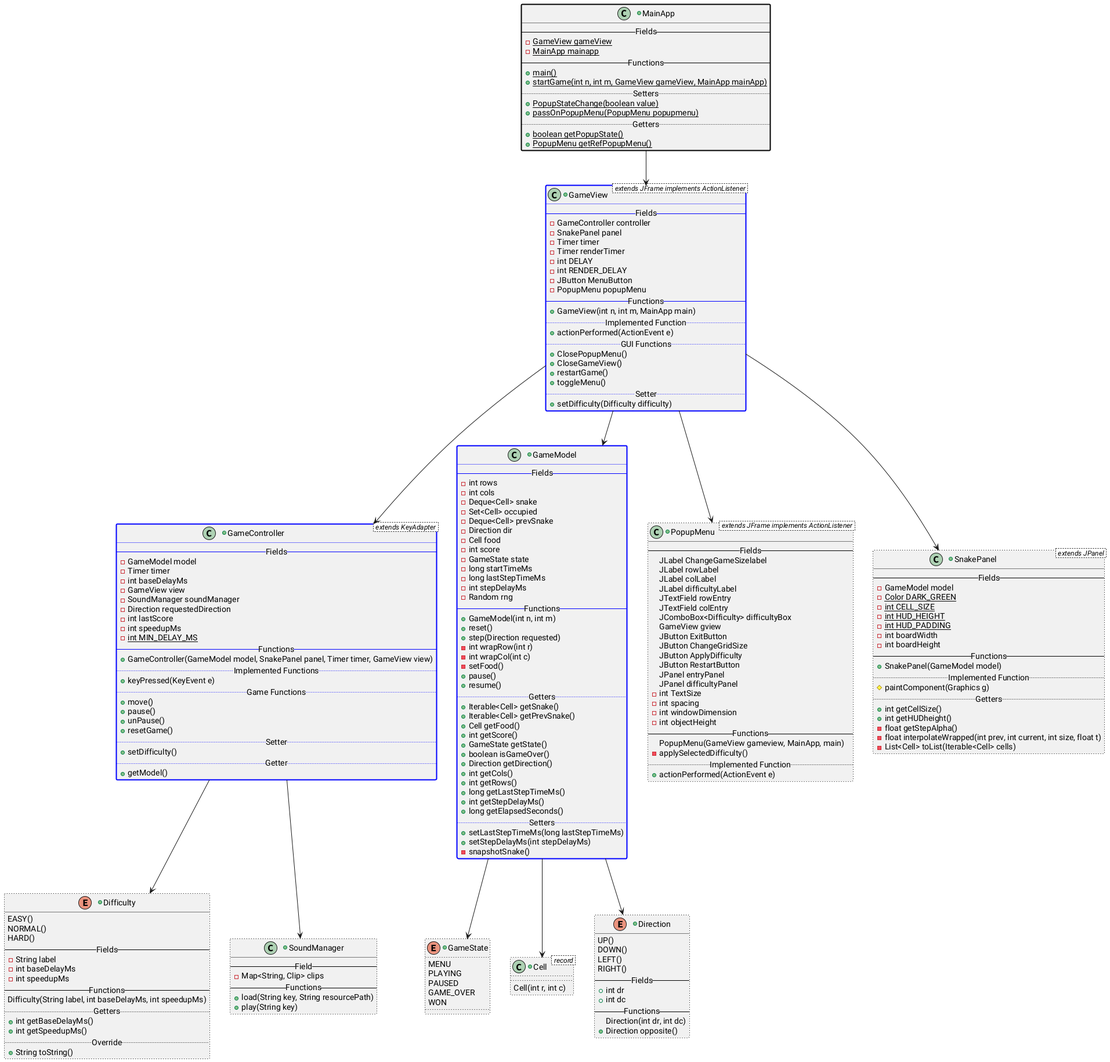
The PlantUML diagram src/main/ClassDiagram/ClassDiagram.png in CamerJunker/Snake, before a commit.
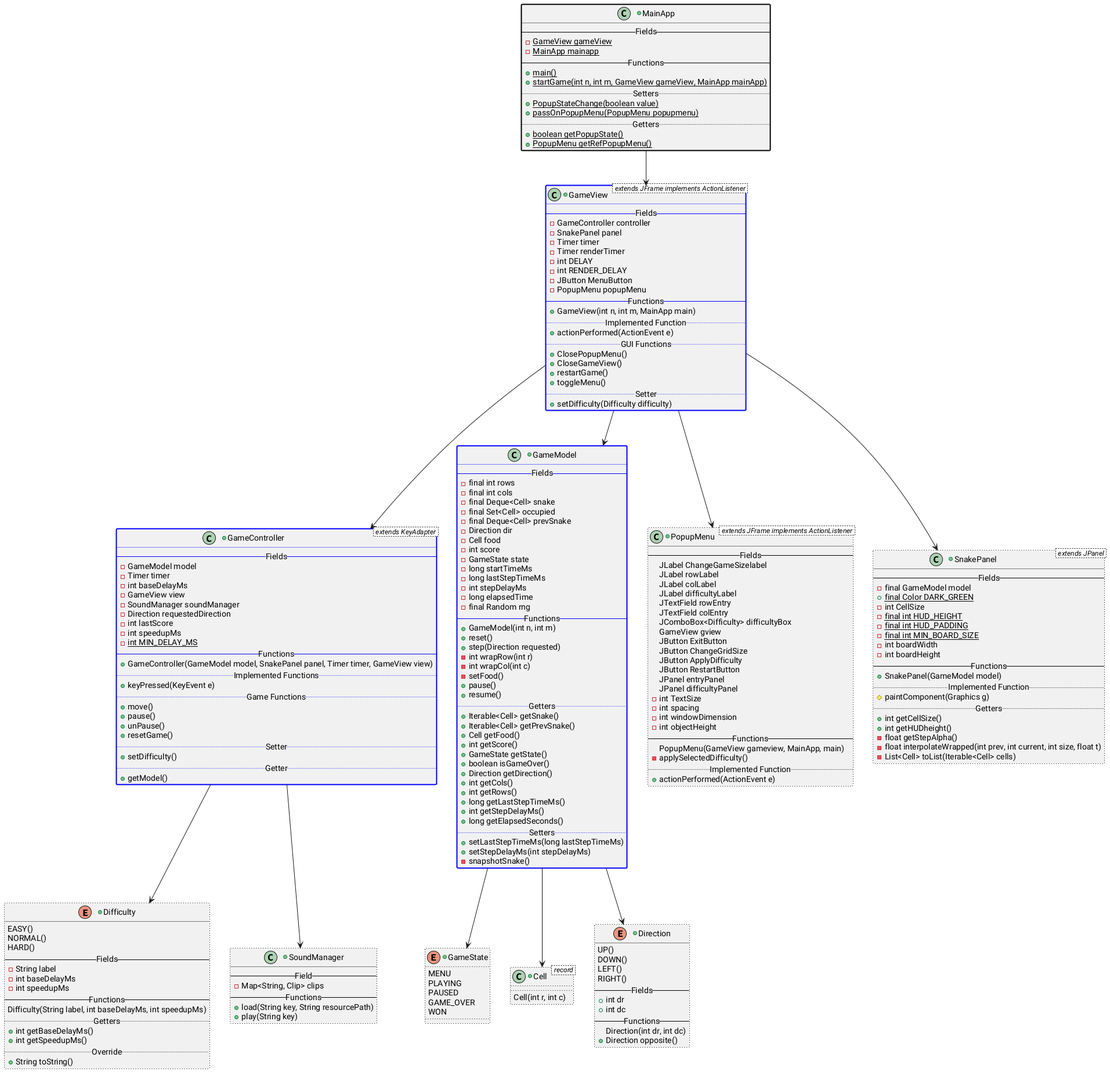
Later version of the same file.

Commit message:
Har ordnet snake og gamemodel diagrammer.

Diff of the diagram source:
```diff
@@ -103,11 +103,12 @@
 
 +class SnakePanel < extends JPanel > ##[dotted]black {
     -- Fields --
-    -GameModel model
-    -{static} Color DARK_GREEN
-    -{static} int CELL_SIZE
-    -{static} int HUD_HEIGHT
-    -{static} int HUD_PADDING
+    -final GameModel model
+    +{static}final Color DARK_GREEN
+    -int CellSize
+    -{static}final int HUD_HEIGHT
+    -{static}final int HUD_PADDING
+    -{static}final int MIN_BOARD_SIZE
     -int boardWidth
     -int boardHeight
     -- Functions --
@@ -124,11 +125,11 @@
 
 +class GameModel ##[bold]blue {
     -- Fields --
-    -int rows
-    -int cols
-    -Deque<Cell> snake
-    -Set<Cell> occupied
-    -Deque<Cell> prevSnake
+    -final int rows
+    -final int cols
+    -final Deque<Cell> snake
+    -final Set<Cell> occupied
+    -final Deque<Cell> prevSnake
     -Direction dir
     -Cell food
     -int score
@@ -136,7 +137,8 @@
     -long startTimeMs
     -long lastStepTimeMs
     -int stepDelayMs
-    -Random rng
+    -long elapsedTime
+    -final Random rng
     -- Functions --
     +GameModel(int n, int m)
     +reset()
```
